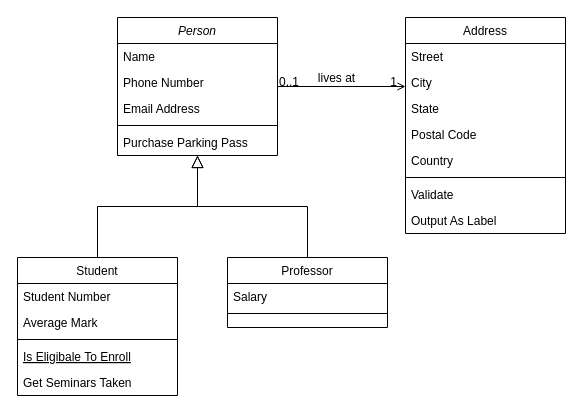
Above: Untitled Diagram.drawio in kevin-zeus/tyro-editor (draw.io), before the change. Source tidied: cells renumbered, new cells numbered last; positions are measured from the earlier drawing's top-left corner, leaving out a move shared by most shapes. Both pictures are drawn from the tidied source at 100%, with x=0, y=0 at pixel (17, 17).
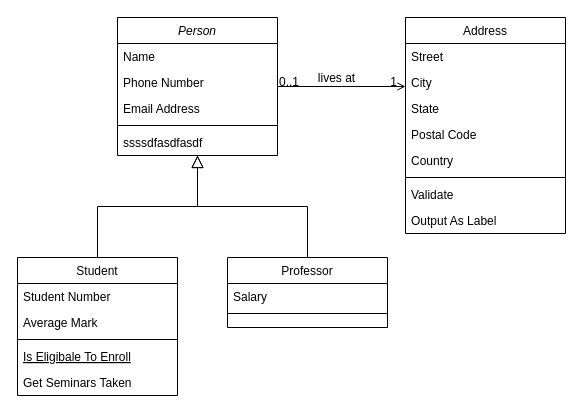
The same diagram, later.

The change refers to these unchanged cells:
```xml
<mxCell id="2" value="Person" style="swimlane;fontStyle=2;align=center;verticalAlign=top;horizontal=1;startSize=26;rounded=0;shadow=0;strokeWidth=1;" parent="1" vertex="1">
  <mxGeometry x="100" width="160" height="138" as="geometry" />
</mxCell>
```

What changed in the source:
```diff
@@
-    <mxCell id="7" value="Purchase Parking Pass" style="text;align=left;verticalAlign=top;spacingLeft=4;spacingRight=4;overflow=hidden;" parent="2" vertex="1">
+    <mxCell id="7" value="ssssdfasdfasdf" style="text;align=left;verticalAlign=top;spacingLeft=4;spacingRight=4;overflow=hidden;" parent="2" vertex="1">
       <mxGeometry y="112" width="160" height="26" as="geometry" />
     </mxCell>
```
